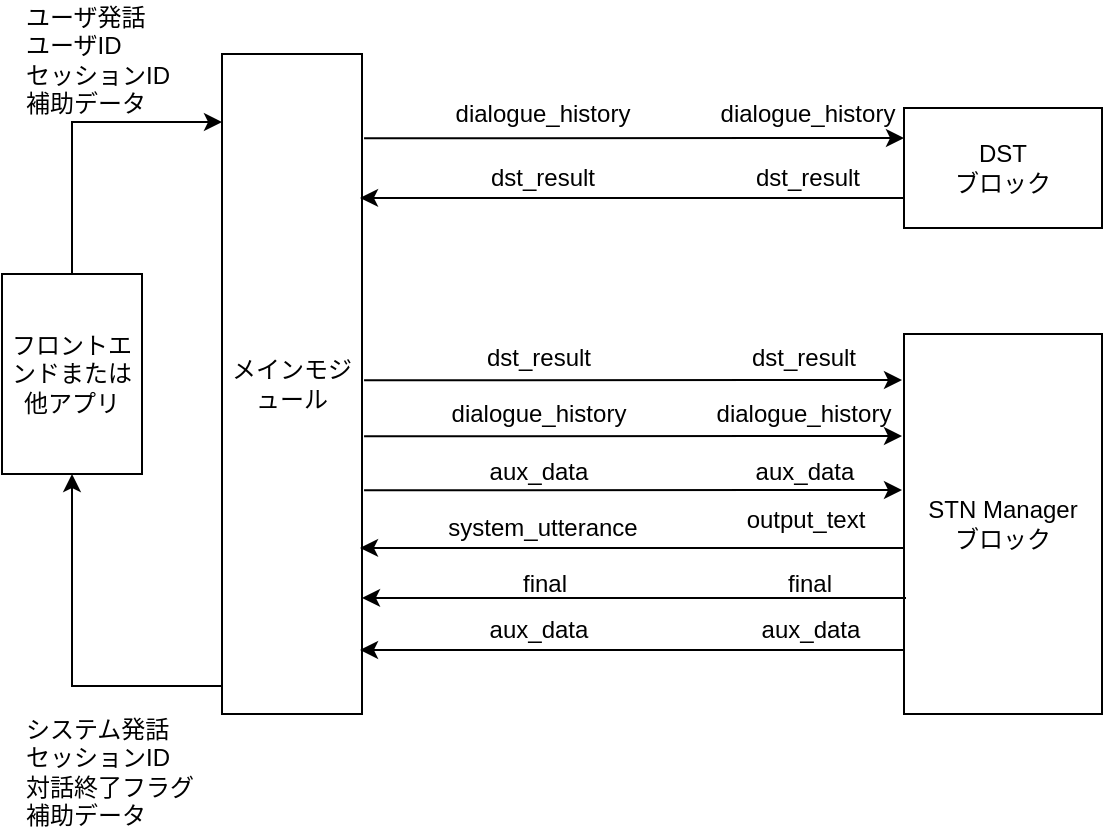
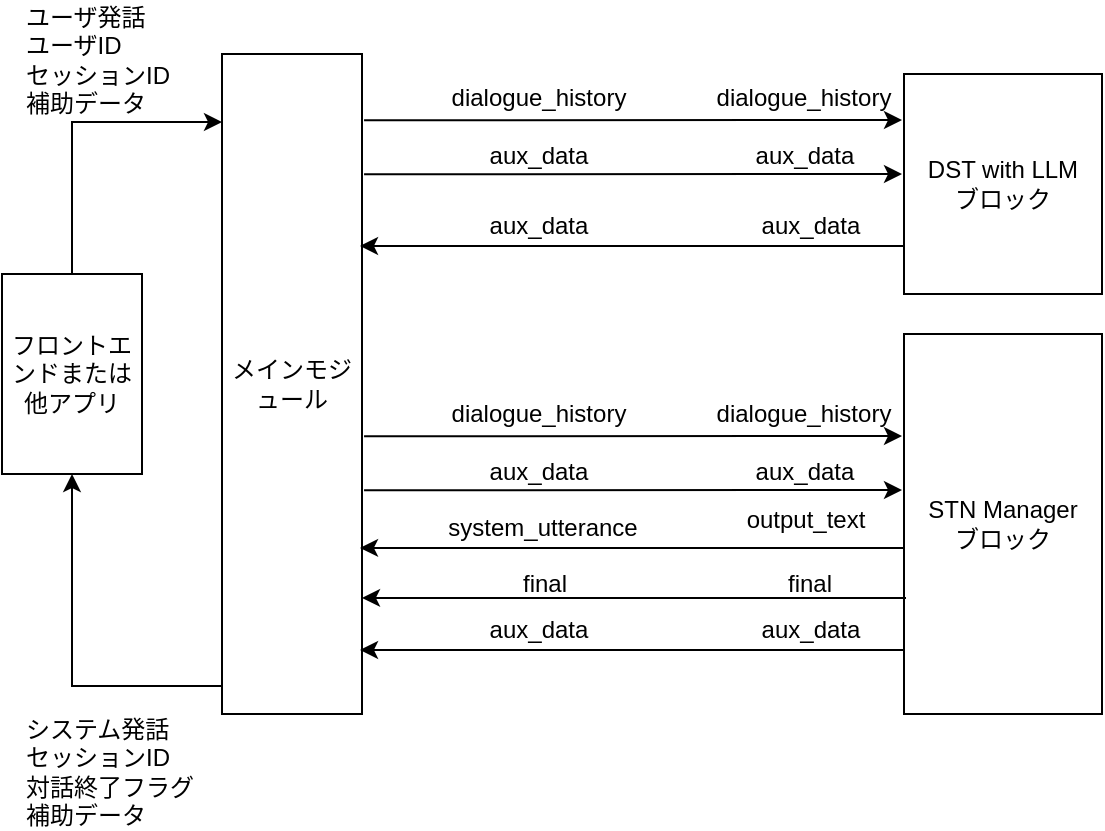
<mxfile host="Electron" agent="Mozilla/5.0 (Windows NT 10.0; Win64; x64) AppleWebKit/537.36 (KHTML, like Gecko) draw.io/26.1.1 Chrome/132.0.6834.210 Electron/34.3.3 Safari/537.36" version="26.1.1">
  <diagram id="0jzvoz7xoONC1ta8vLtH" name="ページ1">
-     <mxGraphModel dx="1293" dy="762" grid="1" gridSize="10" guides="1" tooltips="1" connect="1" arrows="1" fold="1" page="1" pageScale="1" pageWidth="827" pageHeight="1169" math="0" shadow="0">
+     <mxGraphModel dx="835" dy="584" grid="1" gridSize="10" guides="1" tooltips="1" connect="1" arrows="1" fold="1" page="1" pageScale="1" pageWidth="827" pageHeight="1169" math="0" shadow="0">
      <root>
        <mxCell id="0" />
        <mxCell id="1" parent="0" />
        <mxCell id="6nG_dfres4fqL1OyFaTb-1" value="メインモジュール" style="rounded=0;whiteSpace=wrap;html=1;" parent="1" vertex="1">
          <mxGeometry x="250" y="230" width="70" height="330" as="geometry" />
        </mxCell>
-         <mxCell id="6nG_dfres4fqL1OyFaTb-3" value="&lt;div&gt;DST&lt;br&gt;ブロック&lt;/div&gt;" style="rounded=0;whiteSpace=wrap;html=1;" parent="1" vertex="1">
-           <mxGeometry x="591" y="257" width="99" height="60" as="geometry" />
+         <mxCell id="6nG_dfres4fqL1OyFaTb-3" value="&lt;div&gt;DST with LLM&lt;br&gt;ブロック&lt;/div&gt;" style="rounded=0;whiteSpace=wrap;html=1;" parent="1" vertex="1">
+           <mxGeometry x="591" y="240" width="99" height="110" as="geometry" />
        </mxCell>
        <mxCell id="6nG_dfres4fqL1OyFaTb-4" value="STN Manager&lt;br&gt;ブロック" style="rounded=0;whiteSpace=wrap;html=1;" parent="1" vertex="1">
          <mxGeometry x="591" y="370" width="99" height="190" as="geometry" />
-         </mxCell>
-         <mxCell id="6nG_dfres4fqL1OyFaTb-7" value="" style="endArrow=classic;html=1;rounded=0;exitX=1.029;exitY=0.178;exitDx=0;exitDy=0;exitPerimeter=0;entryX=0;entryY=0.25;entryDx=0;entryDy=0;" parent="1" target="6nG_dfres4fqL1OyFaTb-3" edge="1">
-           <mxGeometry width="50" height="50" relative="1" as="geometry">
-             <mxPoint x="321.03" y="272.17999999999995" as="sourcePoint" />
-             <mxPoint x="449" y="272" as="targetPoint" />
-           </mxGeometry>
-         </mxCell>
-         <mxCell id="6nG_dfres4fqL1OyFaTb-8" value="" style="endArrow=classic;html=1;rounded=0;exitX=0;exitY=0.75;exitDx=0;exitDy=0;entryX=1;entryY=0.274;entryDx=0;entryDy=0;entryPerimeter=0;" parent="1" source="6nG_dfres4fqL1OyFaTb-3" edge="1">
-           <mxGeometry width="50" height="50" relative="1" as="geometry">
-             <mxPoint x="449" y="302" as="sourcePoint" />
-             <mxPoint x="319" y="301.94000000000005" as="targetPoint" />
-           </mxGeometry>
-         </mxCell>
-         <mxCell id="6nG_dfres4fqL1OyFaTb-9" value="" style="endArrow=classic;html=1;rounded=0;exitX=1.029;exitY=0.178;exitDx=0;exitDy=0;exitPerimeter=0;" parent="1" edge="1">
-           <mxGeometry width="50" height="50" relative="1" as="geometry">
-             <mxPoint x="321.03" y="393.17999999999995" as="sourcePoint" />
-             <mxPoint x="590" y="393" as="targetPoint" />
-           </mxGeometry>
        </mxCell>
        <mxCell id="6nG_dfres4fqL1OyFaTb-11" value="" style="endArrow=classic;html=1;rounded=0;exitX=0.5;exitY=0;exitDx=0;exitDy=0;" parent="1" source="7yFsLuSHQwP80PSkCyWd-15" edge="1">
          <mxGeometry width="50" height="50" relative="1" as="geometry">
            <mxPoint x="170" y="207" as="sourcePoint" />
            <mxPoint x="250" y="264" as="targetPoint" />
            <Array as="points">
              <mxPoint x="175" y="264" />
            </Array>
          </mxGeometry>
        </mxCell>
        <mxCell id="6nG_dfres4fqL1OyFaTb-12" value="" style="endArrow=classic;html=1;rounded=0;exitX=0;exitY=0.75;exitDx=0;exitDy=0;entryX=0.5;entryY=1;entryDx=0;entryDy=0;" parent="1" target="7yFsLuSHQwP80PSkCyWd-15" edge="1">
          <mxGeometry width="50" height="50" relative="1" as="geometry">
            <mxPoint x="250" y="546" as="sourcePoint" />
            <mxPoint x="170" y="546" as="targetPoint" />
            <Array as="points">
              <mxPoint x="175" y="546" />
            </Array>
          </mxGeometry>
        </mxCell>
        <mxCell id="W3RRk2SyyBqXtN76rQBY-3" value="システム発話&lt;br&gt;セッションID&lt;br&gt;対話終了フラグ&lt;br&gt;補助データ" style="text;html=1;strokeColor=none;fillColor=none;align=left;verticalAlign=middle;whiteSpace=wrap;rounded=0;" parent="1" vertex="1">
          <mxGeometry x="150" y="576" width="100" height="25" as="geometry" />
-         </mxCell>
-         <mxCell id="iua9zefK4cCjFermVdLk-5" value="dialogue_history" style="text;html=1;strokeColor=none;fillColor=none;align=center;verticalAlign=middle;whiteSpace=wrap;rounded=0;" parent="1" vertex="1">
-           <mxGeometry x="368" y="248" width="85" height="23" as="geometry" />
-         </mxCell>
-         <mxCell id="iua9zefK4cCjFermVdLk-6" value="dialogue_history" style="text;html=1;strokeColor=none;fillColor=none;align=center;verticalAlign=middle;whiteSpace=wrap;rounded=0;" parent="1" vertex="1">
-           <mxGeometry x="513" y="244.5" width="60" height="30" as="geometry" />
-         </mxCell>
-         <mxCell id="iua9zefK4cCjFermVdLk-7" value="dst_result" style="text;html=1;strokeColor=none;fillColor=none;align=center;verticalAlign=middle;whiteSpace=wrap;rounded=0;" parent="1" vertex="1">
-           <mxGeometry x="368" y="280" width="85" height="23" as="geometry" />
-         </mxCell>
-         <mxCell id="iua9zefK4cCjFermVdLk-8" value="dst_result" style="text;html=1;strokeColor=none;fillColor=none;align=center;verticalAlign=middle;whiteSpace=wrap;rounded=0;" parent="1" vertex="1">
-           <mxGeometry x="513" y="276.5" width="60" height="30" as="geometry" />
-         </mxCell>
-         <mxCell id="iua9zefK4cCjFermVdLk-9" value="dst_result" style="text;html=1;strokeColor=none;fillColor=none;align=center;verticalAlign=middle;whiteSpace=wrap;rounded=0;" parent="1" vertex="1">
-           <mxGeometry x="366" y="370.5" width="85" height="23" as="geometry" />
-         </mxCell>
-         <mxCell id="iua9zefK4cCjFermVdLk-10" value="dst_result" style="text;html=1;strokeColor=none;fillColor=none;align=center;verticalAlign=middle;whiteSpace=wrap;rounded=0;" parent="1" vertex="1">
-           <mxGeometry x="511" y="367" width="60" height="30" as="geometry" />
        </mxCell>
        <mxCell id="iua9zefK4cCjFermVdLk-11" value="" style="endArrow=classic;html=1;rounded=0;exitX=1.029;exitY=0.178;exitDx=0;exitDy=0;exitPerimeter=0;" parent="1" edge="1">
          <mxGeometry width="50" height="50" relative="1" as="geometry">
            <mxPoint x="321.03" y="421.17999999999984" as="sourcePoint" />
            <mxPoint x="590" y="421.0000000000001" as="targetPoint" />
          </mxGeometry>
        </mxCell>
        <mxCell id="iua9zefK4cCjFermVdLk-12" value="dialogue_history" style="text;html=1;strokeColor=none;fillColor=none;align=center;verticalAlign=middle;whiteSpace=wrap;rounded=0;" parent="1" vertex="1">
          <mxGeometry x="366" y="398.5" width="85" height="23" as="geometry" />
        </mxCell>
        <mxCell id="iua9zefK4cCjFermVdLk-13" value="dialogue_history" style="text;html=1;strokeColor=none;fillColor=none;align=center;verticalAlign=middle;whiteSpace=wrap;rounded=0;" parent="1" vertex="1">
          <mxGeometry x="511" y="395" width="60" height="30" as="geometry" />
        </mxCell>
        <mxCell id="iua9zefK4cCjFermVdLk-17" value="system_utterance" style="text;html=1;strokeColor=none;fillColor=none;align=center;verticalAlign=middle;whiteSpace=wrap;rounded=0;" parent="1" vertex="1">
          <mxGeometry x="368" y="455" width="85" height="23" as="geometry" />
        </mxCell>
        <mxCell id="iua9zefK4cCjFermVdLk-18" value="output_text" style="text;html=1;strokeColor=none;fillColor=none;align=center;verticalAlign=middle;whiteSpace=wrap;rounded=0;" parent="1" vertex="1">
          <mxGeometry x="512" y="448" width="60" height="30" as="geometry" />
        </mxCell>
        <mxCell id="iua9zefK4cCjFermVdLk-19" value="" style="endArrow=classic;html=1;rounded=0;exitX=0;exitY=0.75;exitDx=0;exitDy=0;entryX=1;entryY=0.274;entryDx=0;entryDy=0;entryPerimeter=0;" parent="1" edge="1">
          <mxGeometry width="50" height="50" relative="1" as="geometry">
            <mxPoint x="591" y="477" as="sourcePoint" />
            <mxPoint x="319" y="476.94000000000017" as="targetPoint" />
          </mxGeometry>
        </mxCell>
        <mxCell id="iua9zefK4cCjFermVdLk-20" value="final" style="text;html=1;strokeColor=none;fillColor=none;align=center;verticalAlign=middle;whiteSpace=wrap;rounded=0;" parent="1" vertex="1">
          <mxGeometry x="369" y="483" width="85" height="23" as="geometry" />
        </mxCell>
        <mxCell id="iua9zefK4cCjFermVdLk-21" value="final" style="text;html=1;strokeColor=none;fillColor=none;align=center;verticalAlign=middle;whiteSpace=wrap;rounded=0;" parent="1" vertex="1">
          <mxGeometry x="514" y="479.5" width="60" height="30" as="geometry" />
        </mxCell>
        <mxCell id="iua9zefK4cCjFermVdLk-22" value="" style="endArrow=classic;html=1;rounded=0;exitX=0;exitY=0.75;exitDx=0;exitDy=0;entryX=1;entryY=0.274;entryDx=0;entryDy=0;entryPerimeter=0;" parent="1" edge="1">
          <mxGeometry width="50" height="50" relative="1" as="geometry">
            <mxPoint x="592" y="502" as="sourcePoint" />
            <mxPoint x="320" y="501.94000000000005" as="targetPoint" />
          </mxGeometry>
        </mxCell>
        <mxCell id="7yFsLuSHQwP80PSkCyWd-15" value="フロントエンドまたは他アプリ" style="rounded=0;whiteSpace=wrap;html=1;" parent="1" vertex="1">
          <mxGeometry x="140" y="340" width="70" height="100" as="geometry" />
        </mxCell>
        <mxCell id="7yFsLuSHQwP80PSkCyWd-17" value="ユーザ発話&lt;br&gt;ユーザID&lt;br&gt;セッションID&lt;br&gt;補助データ" style="text;html=1;strokeColor=none;fillColor=none;align=left;verticalAlign=middle;whiteSpace=wrap;rounded=0;" parent="1" vertex="1">
          <mxGeometry x="150" y="220" width="100" height="25" as="geometry" />
        </mxCell>
        <mxCell id="pVOCejccMrZnZ89GJfyK-1" value="" style="endArrow=classic;html=1;rounded=0;exitX=1.029;exitY=0.178;exitDx=0;exitDy=0;exitPerimeter=0;" parent="1" edge="1">
          <mxGeometry width="50" height="50" relative="1" as="geometry">
            <mxPoint x="321.03" y="448.17999999999984" as="sourcePoint" />
            <mxPoint x="590" y="448.0000000000001" as="targetPoint" />
          </mxGeometry>
        </mxCell>
        <mxCell id="pVOCejccMrZnZ89GJfyK-2" value="aux_data" style="text;html=1;strokeColor=none;fillColor=none;align=center;verticalAlign=middle;whiteSpace=wrap;rounded=0;" parent="1" vertex="1">
          <mxGeometry x="366" y="427" width="85" height="23" as="geometry" />
        </mxCell>
        <mxCell id="pVOCejccMrZnZ89GJfyK-3" value="aux_data" style="text;html=1;strokeColor=none;fillColor=none;align=center;verticalAlign=middle;whiteSpace=wrap;rounded=0;" parent="1" vertex="1">
          <mxGeometry x="498.5" y="427" width="85" height="23" as="geometry" />
        </mxCell>
        <mxCell id="pVOCejccMrZnZ89GJfyK-4" value="" style="endArrow=classic;html=1;rounded=0;exitX=0;exitY=0.75;exitDx=0;exitDy=0;entryX=1;entryY=0.274;entryDx=0;entryDy=0;entryPerimeter=0;" parent="1" edge="1">
          <mxGeometry width="50" height="50" relative="1" as="geometry">
            <mxPoint x="591" y="528.06" as="sourcePoint" />
            <mxPoint x="319" y="528" as="targetPoint" />
          </mxGeometry>
        </mxCell>
        <mxCell id="pVOCejccMrZnZ89GJfyK-5" value="aux_data" style="text;html=1;strokeColor=none;fillColor=none;align=center;verticalAlign=middle;whiteSpace=wrap;rounded=0;" parent="1" vertex="1">
          <mxGeometry x="501.5" y="506" width="85" height="23" as="geometry" />
        </mxCell>
        <mxCell id="pVOCejccMrZnZ89GJfyK-6" value="aux_data" style="text;html=1;strokeColor=none;fillColor=none;align=center;verticalAlign=middle;whiteSpace=wrap;rounded=0;" parent="1" vertex="1">
          <mxGeometry x="366" y="506" width="85" height="23" as="geometry" />
        </mxCell>
+         <mxCell id="XMkgReQgKFupYImrxRjk-1" value="" style="endArrow=classic;html=1;rounded=0;exitX=1.029;exitY=0.178;exitDx=0;exitDy=0;exitPerimeter=0;" edge="1" parent="1">
+           <mxGeometry width="50" height="50" relative="1" as="geometry">
+             <mxPoint x="321.03" y="263.17999999999984" as="sourcePoint" />
+             <mxPoint x="590" y="263.0000000000001" as="targetPoint" />
+           </mxGeometry>
+         </mxCell>
+         <mxCell id="XMkgReQgKFupYImrxRjk-2" value="dialogue_history" style="text;html=1;strokeColor=none;fillColor=none;align=center;verticalAlign=middle;whiteSpace=wrap;rounded=0;" vertex="1" parent="1">
+           <mxGeometry x="366" y="240.5" width="85" height="23" as="geometry" />
+         </mxCell>
+         <mxCell id="XMkgReQgKFupYImrxRjk-3" value="dialogue_history" style="text;html=1;strokeColor=none;fillColor=none;align=center;verticalAlign=middle;whiteSpace=wrap;rounded=0;" vertex="1" parent="1">
+           <mxGeometry x="511" y="237" width="60" height="30" as="geometry" />
+         </mxCell>
+         <mxCell id="XMkgReQgKFupYImrxRjk-4" value="" style="endArrow=classic;html=1;rounded=0;exitX=1.029;exitY=0.178;exitDx=0;exitDy=0;exitPerimeter=0;" edge="1" parent="1">
+           <mxGeometry width="50" height="50" relative="1" as="geometry">
+             <mxPoint x="321.03" y="290.17999999999984" as="sourcePoint" />
+             <mxPoint x="590" y="290.0000000000001" as="targetPoint" />
+           </mxGeometry>
+         </mxCell>
+         <mxCell id="XMkgReQgKFupYImrxRjk-5" value="aux_data" style="text;html=1;strokeColor=none;fillColor=none;align=center;verticalAlign=middle;whiteSpace=wrap;rounded=0;" vertex="1" parent="1">
+           <mxGeometry x="366" y="269" width="85" height="23" as="geometry" />
+         </mxCell>
+         <mxCell id="XMkgReQgKFupYImrxRjk-6" value="aux_data" style="text;html=1;strokeColor=none;fillColor=none;align=center;verticalAlign=middle;whiteSpace=wrap;rounded=0;" vertex="1" parent="1">
+           <mxGeometry x="498.5" y="269" width="85" height="23" as="geometry" />
+         </mxCell>
+         <mxCell id="XMkgReQgKFupYImrxRjk-8" value="" style="endArrow=classic;html=1;rounded=0;exitX=0;exitY=0.75;exitDx=0;exitDy=0;entryX=1;entryY=0.274;entryDx=0;entryDy=0;entryPerimeter=0;" edge="1" parent="1">
+           <mxGeometry width="50" height="50" relative="1" as="geometry">
+             <mxPoint x="591" y="326.05999999999995" as="sourcePoint" />
+             <mxPoint x="319" y="326" as="targetPoint" />
+           </mxGeometry>
+         </mxCell>
+         <mxCell id="XMkgReQgKFupYImrxRjk-9" value="aux_data" style="text;html=1;strokeColor=none;fillColor=none;align=center;verticalAlign=middle;whiteSpace=wrap;rounded=0;" vertex="1" parent="1">
+           <mxGeometry x="501.5" y="304" width="85" height="23" as="geometry" />
+         </mxCell>
+         <mxCell id="XMkgReQgKFupYImrxRjk-10" value="aux_data" style="text;html=1;strokeColor=none;fillColor=none;align=center;verticalAlign=middle;whiteSpace=wrap;rounded=0;" vertex="1" parent="1">
+           <mxGeometry x="366" y="304" width="85" height="23" as="geometry" />
+         </mxCell>
      </root>
    </mxGraphModel>
  </diagram>
</mxfile>
